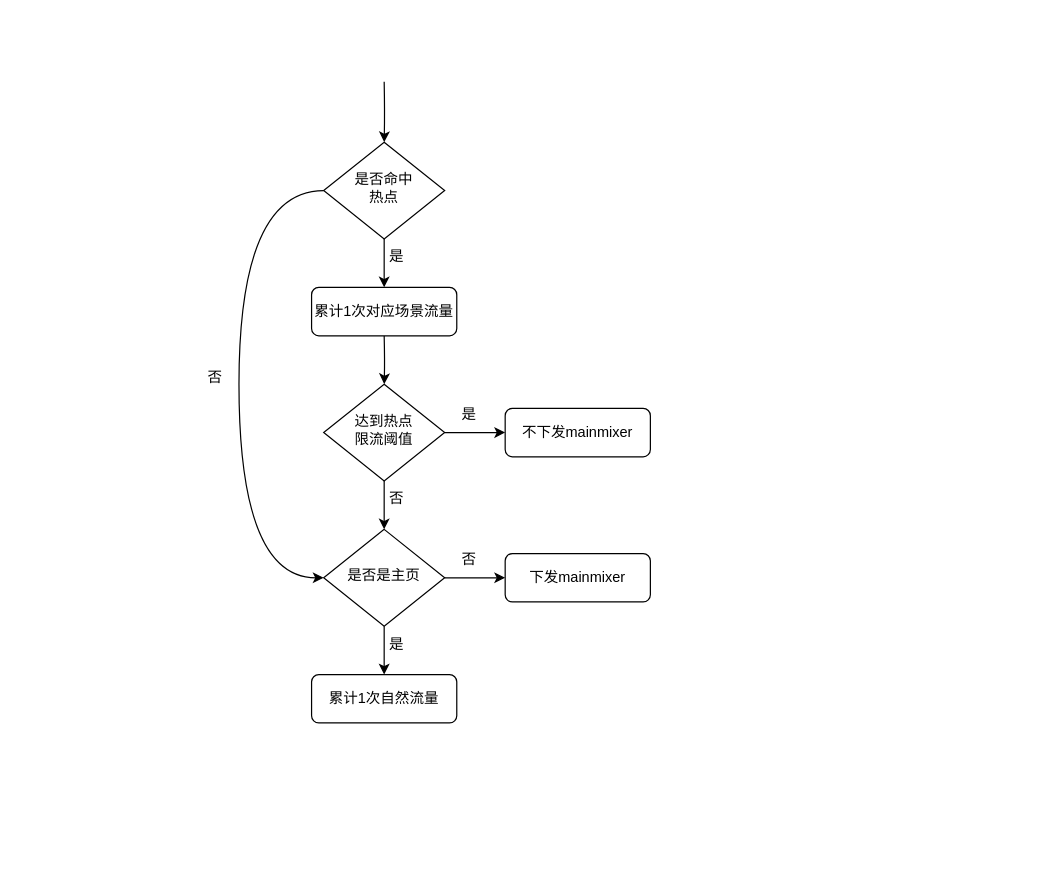
Earlier version of the draw.io diagram engineering/退避流程.drawio (gydong/graphs). Source tidied: cells renumbered, new cells numbered last; positions are measured from the earlier drawing's top-left corner, leaving out a move shared by most shapes. Both pictures are drawn from the tidied source at 121%, with x=0, y=0 at pixel (190, 81).
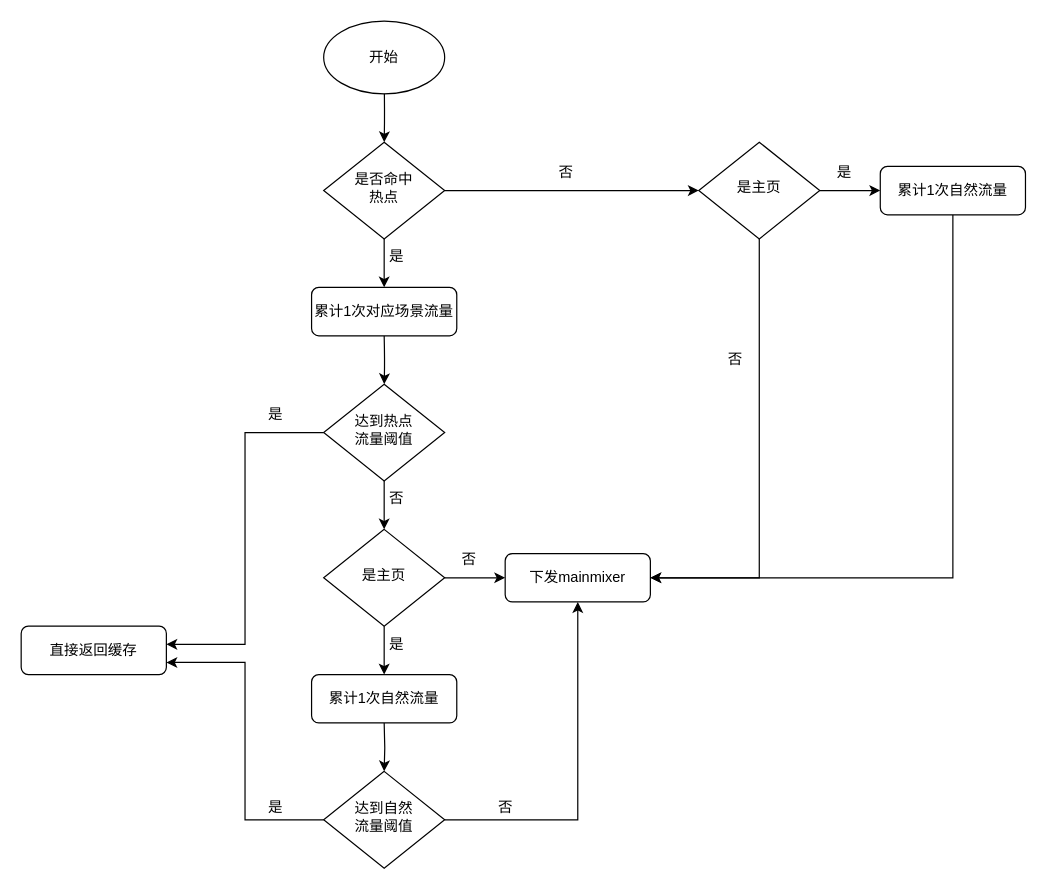
The same diagram, later.

Commit message (it also covers changes not shown here):
更新退避流程.drawio

The change refers to these unchanged cells:
```xml
<mxCell id="13" value="是否命中&lt;br&gt;热点" style="rhombus;whiteSpace=wrap;html=1;shadow=0;fontFamily=Helvetica;fontSize=12;align=center;strokeWidth=1;spacing=6;spacingTop=-4;" parent="1" vertex="1">
  <mxGeometry x="110" y="50" width="100" height="80" as="geometry" />
</mxCell>
<mxCell id="20" value="下发mainmixer" style="rounded=1;whiteSpace=wrap;html=1;fontSize=12;glass=0;strokeWidth=1;shadow=0;" parent="1" vertex="1">
  <mxGeometry x="260" y="390" width="120" height="40" as="geometry" />
</mxCell>
```

Change to the diagram source:
```diff
@@
-    <mxCell id="4" style="edgeStyle=orthogonalEdgeStyle;curved=1;jettySize=auto;html=1;entryX=0;entryY=0.5;entryDx=0;entryDy=0;" parent="1" edge="1" source="6" target="7">
-      <mxGeometry relative="1" as="geometry" />
-    </mxCell>
@@
+    <mxCell id="23" style="edgeStyle=elbowEdgeStyle;jettySize=auto;html=1;rounded=0;" parent="1" edge="1" source="6">
+      <mxGeometry relative="1" as="geometry">
+        <mxPoint x="-20" y="465" as="targetPoint" />
+      </mxGeometry>
+    </mxCell>
-    <mxCell id="6" value="达到热点&lt;br&gt;限流阈值" style="rhombus;whiteSpace=wrap;html=1;shadow=0;fontFamily=Helvetica;fontSize=12;align=center;strokeWidth=1;spacing=6;spacingTop=-4;" parent="1" vertex="1">
+    <mxCell id="6" value="达到热点&lt;br&gt;流量阈值" style="rhombus;whiteSpace=wrap;html=1;shadow=0;fontFamily=Helvetica;fontSize=12;align=center;strokeWidth=1;spacing=6;spacingTop=-4;" parent="1" vertex="1">
       <mxGeometry x="110" y="250" width="100" height="80" as="geometry" />
     </mxCell>
-    <mxCell id="7" value="不下发mainmixer" style="rounded=1;whiteSpace=wrap;html=1;fontSize=12;glass=0;strokeWidth=1;shadow=0;" parent="1" vertex="1">
-      <mxGeometry x="260" y="270" width="120" height="40" as="geometry" />
+    <mxCell id="7" value="直接返回缓存" style="rounded=1;whiteSpace=wrap;html=1;fontSize=12;glass=0;strokeWidth=1;shadow=0;" parent="1" vertex="1">
+      <mxGeometry x="-140" y="450" width="120" height="40" as="geometry" />
     </mxCell>
     <mxCell id="8" value="是" style="text;html=1;align=center;verticalAlign=middle;strokeColor=none;fillColor=none;" parent="1" vertex="1">
-      <mxGeometry x="210" y="260" width="40" height="30" as="geometry" />
+      <mxGeometry x="50" y="260" width="40" height="30" as="geometry" />
     </mxCell>
@@
-    <mxCell id="11" style="edgeStyle=orthogonalEdgeStyle;curved=1;jettySize=auto;html=1;entryX=0;entryY=0.5;entryDx=0;entryDy=0;exitX=0;exitY=0.5;exitDx=0;exitDy=0;" parent="1" edge="1" source="13" target="19">
-      <mxGeometry relative="1" as="geometry">
-        <Array as="points">
-          <mxPoint x="40" y="90" />
-          <mxPoint x="40" y="410" />
-        </Array>
-      </mxGeometry>
+    <mxCell id="11" style="edgeStyle=orthogonalEdgeStyle;curved=1;jettySize=auto;html=1;entryX=0;entryY=0.5;entryDx=0;entryDy=0;" parent="1" edge="1" source="13" target="31">
+      <mxGeometry relative="1" as="geometry" />
     </mxCell>
@@
-    <mxCell id="14" value="累计1次自然流量" style="rounded=1;whiteSpace=wrap;html=1;fontSize=12;glass=0;strokeWidth=1;shadow=0;" parent="1" vertex="1">
-      <mxGeometry x="100" y="490" width="120" height="40" as="geometry" />
-    </mxCell>
@@
     <mxCell id="16" value="否" style="text;html=1;align=center;verticalAlign=middle;strokeColor=none;fillColor=none;" parent="1" vertex="1">
-      <mxGeometry y="230" width="40" height="30" as="geometry" />
+      <mxGeometry x="290" y="60" width="40" height="30" as="geometry" />
     </mxCell>
@@
-    <mxCell id="19" value="是否是主页" style="rhombus;whiteSpace=wrap;html=1;shadow=0;fontFamily=Helvetica;fontSize=12;align=center;strokeWidth=1;spacing=6;spacingTop=-4;" parent="1" vertex="1">
+    <mxCell id="19" value="是主页" style="rhombus;whiteSpace=wrap;html=1;shadow=0;fontFamily=Helvetica;fontSize=12;align=center;strokeWidth=1;spacing=6;spacingTop=-4;" parent="1" vertex="1">
       <mxGeometry x="110" y="370" width="100" height="80" as="geometry" />
     </mxCell>
@@
+    <mxCell id="24" style="edgeStyle=orthogonalEdgeStyle;curved=1;orthogonalLoop=1;jettySize=auto;html=1;entryX=0.5;entryY=0;entryDx=0;entryDy=0;" parent="1" edge="1">
+      <mxGeometry relative="1" as="geometry">
+        <mxPoint x="160" y="530" as="sourcePoint" />
+        <mxPoint x="160" y="570" as="targetPoint" />
+      </mxGeometry>
+    </mxCell>
+    <mxCell id="25" value="累计1次自然流量" style="rounded=1;whiteSpace=wrap;html=1;fontSize=12;glass=0;strokeWidth=1;shadow=0;" parent="1" vertex="1">
+      <mxGeometry x="100" y="490" width="120" height="40" as="geometry" />
+    </mxCell>
+    <mxCell id="26" style="edgeStyle=elbowEdgeStyle;rounded=0;jettySize=auto;html=1;entryX=1;entryY=0.75;entryDx=0;entryDy=0;" parent="1" edge="1" source="28" target="7">
+      <mxGeometry relative="1" as="geometry" />
+    </mxCell>
+    <mxCell id="27" style="edgeStyle=elbowEdgeStyle;rounded=0;jettySize=auto;html=1;exitX=1;exitY=0.5;exitDx=0;exitDy=0;entryX=0.5;entryY=1;entryDx=0;entryDy=0;" parent="1" edge="1" source="28" target="20">
+      <mxGeometry relative="1" as="geometry">
+        <Array as="points">
+          <mxPoint x="320" y="520" />
+        </Array>
+      </mxGeometry>
+    </mxCell>
+    <mxCell id="28" value="达到自然&lt;br&gt;流量阈值" style="rhombus;whiteSpace=wrap;html=1;shadow=0;fontFamily=Helvetica;fontSize=12;align=center;strokeWidth=1;spacing=6;spacingTop=-4;" parent="1" vertex="1">
+      <mxGeometry x="110" y="570" width="100" height="80" as="geometry" />
+    </mxCell>
+    <mxCell id="29" style="edgeStyle=orthogonalEdgeStyle;curved=1;jettySize=auto;html=1;entryX=0;entryY=0.5;entryDx=0;entryDy=0;" parent="1" edge="1" source="31" target="33">
+      <mxGeometry relative="1" as="geometry" />
+    </mxCell>
+    <mxCell id="30" style="edgeStyle=elbowEdgeStyle;jettySize=auto;html=1;exitX=0.5;exitY=1;exitDx=0;exitDy=0;entryX=1;entryY=0.5;entryDx=0;entryDy=0;rounded=0;" parent="1" edge="1" source="31" target="20">
+      <mxGeometry relative="1" as="geometry">
+        <Array as="points">
+          <mxPoint x="470" y="220" />
+        </Array>
+      </mxGeometry>
+    </mxCell>
+    <mxCell id="31" value="是主页" style="rhombus;whiteSpace=wrap;html=1;shadow=0;fontFamily=Helvetica;fontSize=12;align=center;strokeWidth=1;spacing=6;spacingTop=-4;" parent="1" vertex="1">
+      <mxGeometry x="420" y="50" width="100" height="80" as="geometry" />
+    </mxCell>
+    <mxCell id="32" style="edgeStyle=elbowEdgeStyle;rounded=0;jettySize=auto;html=1;" parent="1" edge="1" source="33">
+      <mxGeometry relative="1" as="geometry">
+        <mxPoint x="380" y="410" as="targetPoint" />
+        <Array as="points">
+          <mxPoint x="630" y="410" />
+        </Array>
+      </mxGeometry>
+    </mxCell>
+    <mxCell id="33" value="累计1次自然流量" style="rounded=1;whiteSpace=wrap;html=1;fontSize=12;glass=0;strokeWidth=1;shadow=0;" parent="1" vertex="1">
+      <mxGeometry x="570" y="70" width="120" height="40" as="geometry" />
+    </mxCell>
+    <mxCell id="34" value="否" style="text;html=1;align=center;verticalAlign=middle;strokeColor=none;fillColor=none;" parent="1" vertex="1">
+      <mxGeometry x="430" y="215" width="40" height="30" as="geometry" />
+    </mxCell>
+    <mxCell id="35" value="是" style="text;html=1;align=center;verticalAlign=middle;strokeColor=none;fillColor=none;" parent="1" vertex="1">
+      <mxGeometry x="520" y="60" width="40" height="30" as="geometry" />
+    </mxCell>
+    <mxCell id="36" value="是" style="text;html=1;align=center;verticalAlign=middle;strokeColor=none;fillColor=none;" parent="1" vertex="1">
+      <mxGeometry x="50" y="585" width="40" height="30" as="geometry" />
+    </mxCell>
+    <mxCell id="37" value="否" style="text;html=1;align=center;verticalAlign=middle;strokeColor=none;fillColor=none;" parent="1" vertex="1">
+      <mxGeometry x="240" y="585" width="40" height="30" as="geometry" />
+    </mxCell>
+    <mxCell id="38" value="开始" style="ellipse;whiteSpace=wrap;html=1;" parent="1" vertex="1">
+      <mxGeometry x="110" y="-50" width="100" height="60" as="geometry" />
+    </mxCell>
```
